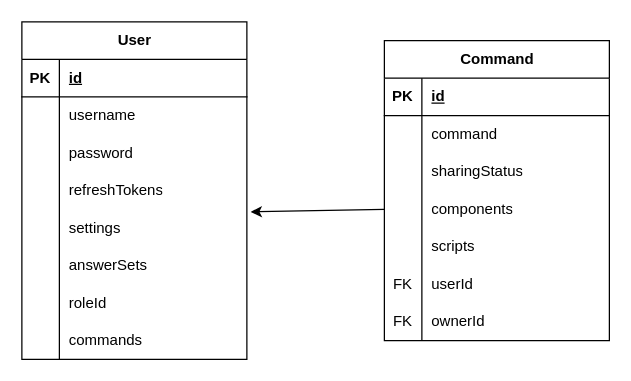
quanhieu/git-test-draw keeps this draw.io diagram as Untitled Diagram.drawio. Above is the earlier version. Source tidied: cells renumbered, new cells numbered last; positions are measured from the earlier drawing's top-left corner, leaving out a move shared by most shapes. Both pictures are drawn from the tidied source at 125%, with x=0, y=0 at pixel (21, 21).
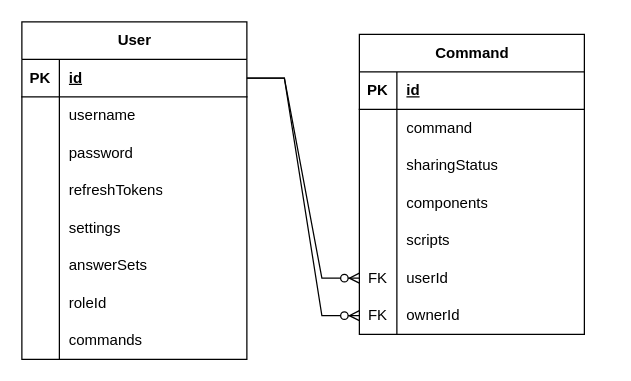
The same page after the edit.

The change refers to these unchanged cells:
```xml
<mxCell id="12" style="shape=tableRow;horizontal=0;startSize=0;swimlaneHead=0;swimlaneBody=0;fillColor=none;points=[[0,0.5],[1,0.5]];portConstraint=eastwest;top=0;left=0;right=0;bottom=0;" parent="2" vertex="1">
  <mxGeometry y="120" width="180" height="30" as="geometry" />
</mxCell>
<mxCell id="18" style="shape=tableRow;horizontal=0;startSize=0;swimlaneHead=0;swimlaneBody=0;fillColor=none;points=[[0,0.5],[1,0.5]];portConstraint=eastwest;top=0;left=0;right=0;bottom=0;" parent="2" vertex="1">
  <mxGeometry y="180" width="180" height="30" as="geometry" />
</mxCell>
<mxCell id="21" style="shape=tableRow;horizontal=0;startSize=0;swimlaneHead=0;swimlaneBody=0;fillColor=none;points=[[0,0.5],[1,0.5]];portConstraint=eastwest;top=0;left=0;right=0;bottom=0;" parent="2" vertex="1">
  <mxGeometry y="210" width="180" height="30" as="geometry" />
</mxCell>
<mxCell id="25" style="shape=tableRow;horizontal=0;startSize=0;swimlaneHead=0;swimlaneBody=0;fillColor=none;points=[[0,0.5],[1,0.5]];portConstraint=eastwest;top=0;left=0;right=0;bottom=1;" parent="24" vertex="1">
  <mxGeometry y="30" width="180" height="30" as="geometry" />
</mxCell>
<mxCell id="37" style="shape=tableRow;horizontal=0;startSize=0;swimlaneHead=0;swimlaneBody=0;fillColor=none;points=[[0,0.5],[1,0.5]];portConstraint=eastwest;top=0;left=0;right=0;bottom=0;" parent="24" vertex="1">
  <mxGeometry y="150" width="180" height="30" as="geometry" />
</mxCell>
```

Change to the diagram source:
```diff
@@
     <mxCell id="2" value="Command" style="shape=table;startSize=30;childLayout=tableLayout;rowLines=0;fontStyle=1;align=center;html=1;" parent="1" vertex="1">
-      <mxGeometry x="290" y="15" width="180" height="240" as="geometry" />
+      <mxGeometry x="270" y="10" width="180" height="240" as="geometry" />
     </mxCell>
@@
-    <mxCell id="49" style="endArrow=classic;html=1;rounded=0;entryX=1.017;entryY=0.067;entryDx=0;entryDy=0;entryPerimeter=0;exitX=0;exitY=0.5;exitDx=0;exitDy=0;" parent="1" edge="1" source="12" target="37">
-      <mxGeometry relative="1" as="geometry" />
-    </mxCell>
+    <mxCell id="50" style="edgeStyle=entityRelationEdgeStyle;fontSize=12;html=1;endArrow=ERzeroToMany;endFill=1;rounded=0;exitX=1;exitY=0.5;exitDx=0;exitDy=0;entryX=0;entryY=0.5;entryDx=0;entryDy=0;" parent="1" edge="1" source="25" target="18">
+      <mxGeometry relative="1" as="geometry" />
+    </mxCell>
+    <mxCell id="51" style="edgeStyle=entityRelationEdgeStyle;fontSize=12;html=1;endArrow=ERzeroToMany;endFill=1;rounded=0;entryX=0;entryY=0.5;entryDx=0;entryDy=0;exitX=1;exitY=0.5;exitDx=0;exitDy=0;" parent="1" edge="1" source="25" target="21">
+      <mxGeometry relative="1" as="geometry">
+        <Array as="points">
+          <mxPoint x="320" y="200" />
+        </Array>
+      </mxGeometry>
+    </mxCell>
```
